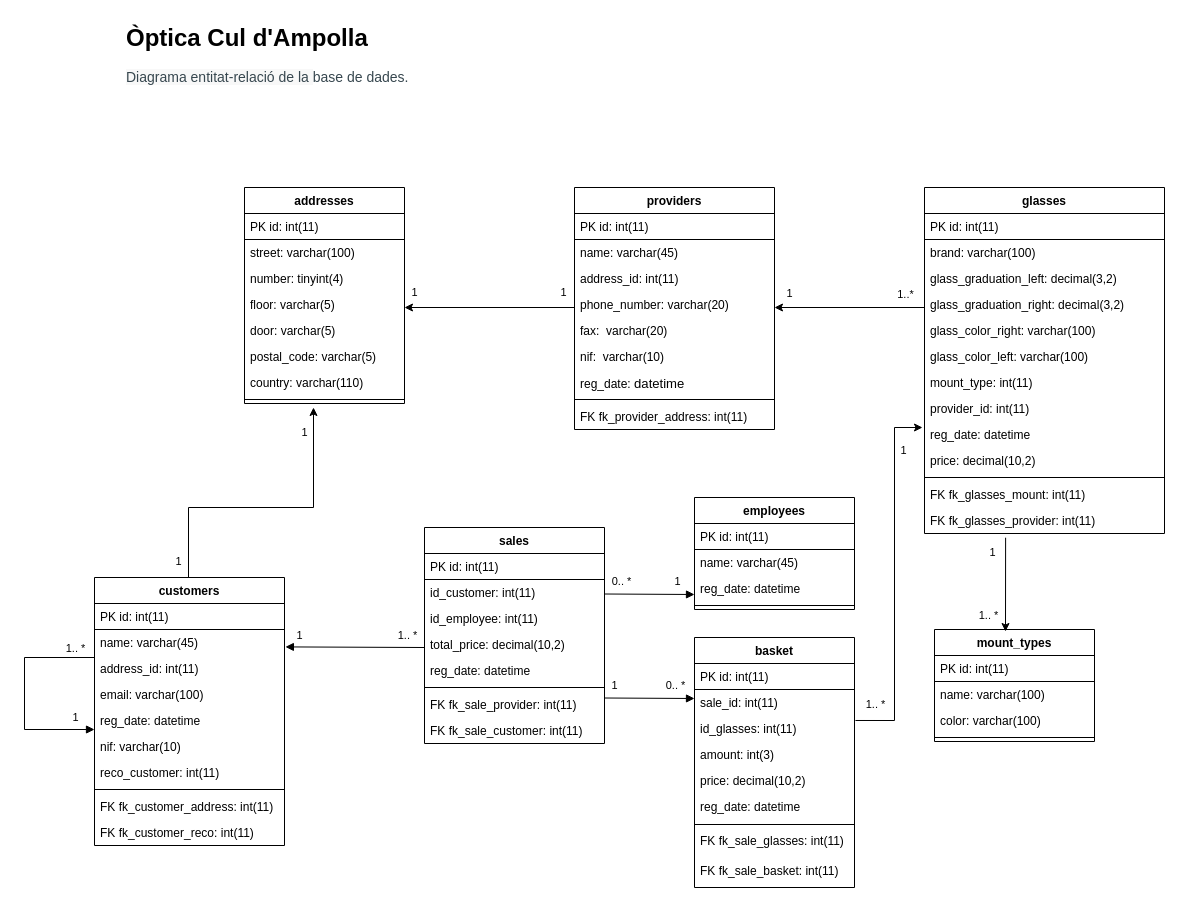
This is Optica/mysql_optica_bd.drawio from alescu/2.1-MySQL-estructura, a draw.io file, before an edit. Source tidied: cells renumbered, new cells numbered last; positions are measured from the earlier drawing's top-left corner, leaving out a move shared by most shapes. Both pictures are drawn from the tidied source at 100%, with x=0, y=0 at pixel (24, 17).
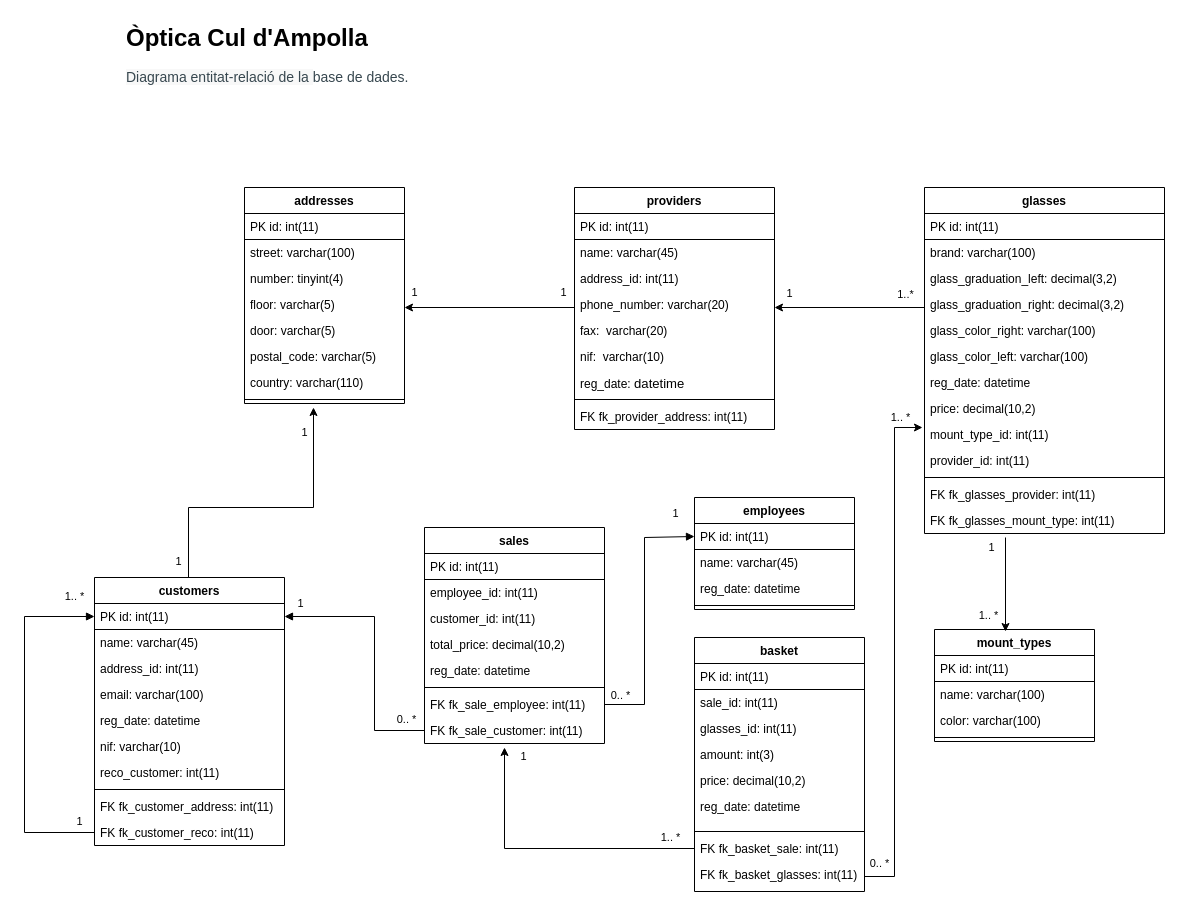
The same diagram, later.

Unchanged cells that the change refers to:
```xml
<mxCell id="21" value="glasses" style="swimlane;fontStyle=1;align=center;verticalAlign=top;horizontal=1;startSize=26;whiteSpace=wrap;html=1;" parent="1" vertex="1">
  <mxGeometry x="900" y="170" width="240" height="346" as="geometry" />
</mxCell>
<mxCell id="35" value="customers" style="swimlane;fontStyle=1;align=center;verticalAlign=top;horizontal=1;startSize=26;whiteSpace=wrap;html=1;" parent="1" vertex="1">
  <mxGeometry x="70" y="560" width="190" height="268" as="geometry" />
</mxCell>
<mxCell id="36" value="PK&amp;nbsp;id: int(11)" style="text;strokeColor=default;fillColor=none;align=left;verticalAlign=top;spacingLeft=4;spacingRight=4;overflow=hidden;points=[[0,0.5],[1,0.5]];portConstraint=eastwest;whiteSpace=wrap;html=1;" parent="35" vertex="1">
  <mxGeometry y="26" width="190" height="26" as="geometry" />
</mxCell>
<mxCell id="40" value="reg_date: datetime" style="text;strokeColor=none;fillColor=none;align=left;verticalAlign=top;spacingLeft=4;spacingRight=4;overflow=hidden;points=[[0,0.5],[1,0.5]];portConstraint=eastwest;whiteSpace=wrap;html=1;" parent="35" vertex="1">
  <mxGeometry y="130" width="190" height="26" as="geometry" />
</mxCell>
<mxCell id="45" value="FK fk_customer_reco: int(11)" style="text;strokeColor=none;fillColor=none;align=left;verticalAlign=top;spacingLeft=4;spacingRight=4;overflow=hidden;points=[[0,0.5],[1,0.5]];portConstraint=eastwest;whiteSpace=wrap;html=1;" parent="35" vertex="1">
  <mxGeometry y="242" width="190" height="26" as="geometry" />
</mxCell>
<mxCell id="46" value="sales&lt;div&gt;&amp;nbsp;&lt;/div&gt;" style="swimlane;fontStyle=1;align=center;verticalAlign=top;horizontal=1;startSize=26;whiteSpace=wrap;html=1;" parent="1" vertex="1">
  <mxGeometry x="400" y="510" width="180" height="216" as="geometry" />
</mxCell>
<mxCell id="56" value="PK&amp;nbsp;id: int(11)" style="text;strokeColor=default;fillColor=none;align=left;verticalAlign=top;spacingLeft=4;spacingRight=4;overflow=hidden;points=[[0,0.5],[1,0.5]];portConstraint=eastwest;whiteSpace=wrap;html=1;" parent="55" vertex="1">
  <mxGeometry y="26" width="160" height="26" as="geometry" />
</mxCell>
```

What changed in the source:
```diff
@@
+    <mxCell id="30" value="reg_date: datetime" style="text;strokeColor=none;fillColor=none;align=left;verticalAlign=top;spacingLeft=4;spacingRight=4;overflow=hidden;whiteSpace=wrap;html=1;" parent="21" vertex="1">
+      <mxGeometry y="182" width="240" height="26" as="geometry" />
+    </mxCell>
+    <mxCell id="31" value="price:&amp;nbsp;decimal(10,2)" style="text;strokeColor=none;fillColor=none;align=left;verticalAlign=top;spacingLeft=4;spacingRight=4;overflow=hidden;whiteSpace=wrap;html=1;" parent="21" vertex="1">
+      <mxGeometry y="208" width="240" height="26" as="geometry" />
+    </mxCell>
-    <mxCell id="28" value="mount_type: int(11)" style="text;strokeColor=none;fillColor=none;align=left;verticalAlign=top;spacingLeft=4;spacingRight=4;overflow=hidden;whiteSpace=wrap;html=1;" parent="21" vertex="1">
-      <mxGeometry y="182" width="240" height="26" as="geometry" />
+    <mxCell id="28" value="mount_type_id: int(11)" style="text;strokeColor=none;fillColor=none;align=left;verticalAlign=top;spacingLeft=4;spacingRight=4;overflow=hidden;whiteSpace=wrap;html=1;" parent="21" vertex="1">
+      <mxGeometry y="234" width="240" height="26" as="geometry" />
     </mxCell>
     <mxCell id="29" value="provider_id: int(11)" style="text;strokeColor=none;fillColor=none;align=left;verticalAlign=top;spacingLeft=4;spacingRight=4;overflow=hidden;whiteSpace=wrap;html=1;" parent="21" vertex="1">
-      <mxGeometry y="208" width="240" height="26" as="geometry" />
+      <mxGeometry y="260" width="240" height="26" as="geometry" />
     </mxCell>
-    <mxCell id="30" value="reg_date: datetime" style="text;strokeColor=none;fillColor=none;align=left;verticalAlign=top;spacingLeft=4;spacingRight=4;overflow=hidden;whiteSpace=wrap;html=1;" parent="21" vertex="1">
-      <mxGeometry y="234" width="240" height="26" as="geometry" />
-    </mxCell>
-    <mxCell id="31" value="price:&amp;nbsp;decimal(10,2)" style="text;strokeColor=none;fillColor=none;align=left;verticalAlign=top;spacingLeft=4;spacingRight=4;overflow=hidden;whiteSpace=wrap;html=1;" parent="21" vertex="1">
-      <mxGeometry y="260" width="240" height="26" as="geometry" />
-    </mxCell>
@@
+    <mxCell id="34" value="FK fk_glasses_provider: int(11)" style="text;strokeColor=none;fillColor=none;align=left;verticalAlign=top;spacingLeft=4;spacingRight=4;overflow=hidden;points=[[0,0.5],[1,0.5]];portConstraint=eastwest;whiteSpace=wrap;html=1;" parent="21" vertex="1">
+      <mxGeometry y="294" width="240" height="26" as="geometry" />
+    </mxCell>
-    <mxCell id="33" value="FK fk_glasses_mount: int(11)" style="text;strokeColor=none;fillColor=none;align=left;verticalAlign=top;spacingLeft=4;spacingRight=4;overflow=hidden;whiteSpace=wrap;html=1;" parent="21" vertex="1">
-      <mxGeometry y="294" width="240" height="26" as="geometry" />
+    <mxCell id="33" value="FK fk_glasses_mount_type: int(11)" style="text;strokeColor=none;fillColor=none;align=left;verticalAlign=top;spacingLeft=4;spacingRight=4;overflow=hidden;whiteSpace=wrap;html=1;" parent="21" vertex="1">
+      <mxGeometry y="320" width="240" height="26" as="geometry" />
     </mxCell>
-    <mxCell id="34" value="FK fk_glasses_provider: int(11)" style="text;strokeColor=none;fillColor=none;align=left;verticalAlign=top;spacingLeft=4;spacingRight=4;overflow=hidden;points=[[0,0.5],[1,0.5]];portConstraint=eastwest;whiteSpace=wrap;html=1;" parent="21" vertex="1">
-      <mxGeometry y="320" width="240" height="26" as="geometry" />
-    </mxCell>
@@
+    <mxCell id="99" style="html=1;verticalAlign=bottom;endArrow=block;curved=0;rounded=0;exitX=0;exitY=0.5;exitDx=0;exitDy=0;entryX=0;entryY=0.5;entryDx=0;entryDy=0;" parent="35" edge="1" source="45" target="36">
+      <mxGeometry x="0.79" y="-10" relative="1" as="geometry">
+        <Array as="points">
+          <mxPoint x="-70" y="255" />
+          <mxPoint x="-70" y="39" />
+        </Array>
+      </mxGeometry>
+    </mxCell>
+    <mxCell id="100" value="1.. *" style="edgeLabel;html=1;align=center;verticalAlign=middle;" parent="99" vertex="1">
+      <mxGeometry x="0.01" y="3" relative="1" as="geometry">
+        <mxPoint x="52" y="-127" as="offset" />
+      </mxGeometry>
+    </mxCell>
+    <mxCell id="101" value="1" style="edgeLabel;html=1;align=center;verticalAlign=middle;" parent="99" vertex="1">
+      <mxGeometry x="0.06" relative="1" as="geometry">
+        <mxPoint x="54" y="107" as="offset" />
+      </mxGeometry>
+    </mxCell>
@@
+    <mxCell id="49" value="employee_id: int(11)" style="text;strokeColor=none;fillColor=none;align=left;verticalAlign=top;spacingLeft=4;spacingRight=4;overflow=hidden;whiteSpace=wrap;html=1;" parent="46" vertex="1">
+      <mxGeometry y="52" width="180" height="26" as="geometry" />
+    </mxCell>
-    <mxCell id="48" value="id_customer: int&lt;span style=&quot;background-color: transparent; color: light-dark(rgb(0, 0, 0), rgb(255, 255, 255));&quot;&gt;(11)&lt;/span&gt;" style="text;strokeColor=none;fillColor=none;align=left;verticalAlign=top;spacingLeft=4;spacingRight=4;overflow=hidden;whiteSpace=wrap;html=1;" parent="46" vertex="1">
-      <mxGeometry y="52" width="180" height="26" as="geometry" />
+    <mxCell id="48" value="customer_id: int&lt;span style=&quot;background-color: transparent; color: light-dark(rgb(0, 0, 0), rgb(255, 255, 255));&quot;&gt;(11)&lt;/span&gt;" style="text;strokeColor=none;fillColor=none;align=left;verticalAlign=top;spacingLeft=4;spacingRight=4;overflow=hidden;whiteSpace=wrap;html=1;" parent="46" vertex="1">
+      <mxGeometry y="78" width="180" height="26" as="geometry" />
     </mxCell>
-    <mxCell id="49" value="id_employee: int(11)" style="text;strokeColor=none;fillColor=none;align=left;verticalAlign=top;spacingLeft=4;spacingRight=4;overflow=hidden;whiteSpace=wrap;html=1;" parent="46" vertex="1">
-      <mxGeometry y="78" width="180" height="26" as="geometry" />
-    </mxCell>
@@
-    <mxCell id="53" value="FK fk_sale_provider: int(11)&lt;div&gt;&lt;br&gt;&lt;/div&gt;" style="text;strokeColor=none;fillColor=none;align=left;verticalAlign=top;spacingLeft=4;spacingRight=4;overflow=hidden;points=[[0,0.5],[1,0.5]];portConstraint=eastwest;whiteSpace=wrap;html=1;" parent="46" vertex="1">
-      <mxGeometry y="164" width="180" height="26" as="geometry" />
-    </mxCell>
-    <mxCell id="54" value="FK fk_sale_customer: int(11)" style="text;strokeColor=none;fillColor=none;align=left;verticalAlign=top;spacingLeft=4;spacingRight=4;overflow=hidden;points=[[0,0.5],[1,0.5]];portConstraint=eastwest;whiteSpace=wrap;html=1;" parent="46" vertex="1">
-      <mxGeometry y="190" width="180" height="26" as="geometry" />
+    <mxCell id="54" value="FK fk_sale_employee: int(11)" style="text;strokeColor=none;fillColor=none;align=left;verticalAlign=top;spacingLeft=4;spacingRight=4;overflow=hidden;points=[[0,0.5],[1,0.5]];portConstraint=eastwest;whiteSpace=wrap;html=1;" parent="46" vertex="1">
+      <mxGeometry y="164" width="180" height="26" as="geometry" />
     </mxCell>
+    <mxCell id="103" value="FK fk_sale_customer: int(11)" style="text;strokeColor=none;fillColor=none;align=left;verticalAlign=top;spacingLeft=4;spacingRight=4;overflow=hidden;points=[[0,0.5],[1,0.5]];portConstraint=eastwest;whiteSpace=wrap;html=1;" parent="46" vertex="1">
+      <mxGeometry y="190" width="180" height="26" as="geometry" />
+    </mxCell>
@@
-    <mxCell id="74" style="endArrow=classic;html=1;rounded=0;exitX=0.338;exitY=1.162;exitDx=0;exitDy=0;exitPerimeter=0;" parent="1" edge="1" source="34">
+    <mxCell id="74" style="endArrow=classic;html=1;rounded=0;" parent="1" edge="1">
       <mxGeometry relative="1" as="geometry">
+        <mxPoint x="981" y="520" as="sourcePoint" />
         <mxPoint x="981" y="614" as="targetPoint" />
       </mxGeometry>
     </mxCell>
     <mxCell id="75" value="1" style="edgeLabel;html=1;align=center;verticalAlign=middle;" parent="74" vertex="1">
       <mxGeometry x="-0.1" y="1" relative="1" as="geometry">
-        <mxPoint x="-15" y="-28" as="offset" />
+        <mxPoint x="-16" y="-33" as="offset" />
       </mxGeometry>
     </mxCell>
@@
-    <mxCell id="77" style="html=1;verticalAlign=bottom;endArrow=block;curved=0;rounded=0;entryX=1.015;entryY=0.67;entryDx=0;entryDy=0;entryPerimeter=0;exitX=0;exitY=0.615;exitDx=0;exitDy=0;exitPerimeter=0;" parent="1" edge="1">
+    <mxCell id="77" style="html=1;verticalAlign=bottom;endArrow=block;curved=0;rounded=0;exitX=0;exitY=0.5;exitDx=0;exitDy=0;entryX=1;entryY=0.5;entryDx=0;entryDy=0;" parent="1" edge="1" source="103" target="36">
       <mxGeometry x="0.79" y="-10" relative="1" as="geometry">
-        <mxPoint x="400" y="630" as="sourcePoint" />
-        <mxPoint x="260.9" y="629.4" as="targetPoint" />
+        <Array as="points">
+          <mxPoint x="350" y="713" />
+          <mxPoint x="350" y="599" />
+        </Array>
       </mxGeometry>
     </mxCell>
-    <mxCell id="78" value="1.. *" style="edgeLabel;html=1;align=center;verticalAlign=middle;" parent="77" vertex="1">
+    <mxCell id="78" value="0.. *" style="edgeLabel;html=1;align=center;verticalAlign=middle;" parent="77" vertex="1">
       <mxGeometry x="0.01" y="3" relative="1" as="geometry">
-        <mxPoint x="53" y="-15" as="offset" />
+        <mxPoint x="34" y="66" as="offset" />
       </mxGeometry>
     </mxCell>
     <mxCell id="79" value="1" style="edgeLabel;html=1;align=center;verticalAlign=middle;" parent="77" vertex="1">
       <mxGeometry x="0.06" relative="1" as="geometry">
-        <mxPoint x="-52" y="-12" as="offset" />
+        <mxPoint x="-75" y="-43" as="offset" />
       </mxGeometry>
     </mxCell>
-    <mxCell id="80" style="html=1;verticalAlign=bottom;endArrow=block;curved=0;rounded=0;exitX=-0.012;exitY=0.808;exitDx=0;exitDy=0;exitPerimeter=0;" parent="1" edge="1">
+    <mxCell id="80" style="html=1;verticalAlign=bottom;endArrow=block;curved=0;rounded=0;exitX=1;exitY=0.5;exitDx=0;exitDy=0;entryX=0;entryY=0.5;entryDx=0;entryDy=0;" parent="1" edge="1" source="54" target="56">
       <mxGeometry x="0.79" y="-10" relative="1" as="geometry">
-        <mxPoint x="580" y="576.5" as="sourcePoint" />
-        <mxPoint x="670" y="577" as="targetPoint" />
+        <Array as="points">
+          <mxPoint x="620" y="687" />
+          <mxPoint x="620" y="520" />
+        </Array>
       </mxGeometry>
     </mxCell>
     <mxCell id="81" value="0.. *" style="edgeLabel;html=1;align=center;verticalAlign=middle;" parent="80" vertex="1">
       <mxGeometry x="0.01" y="3" relative="1" as="geometry">
-        <mxPoint x="-29" y="-10" as="offset" />
+        <mxPoint x="-22" y="80" as="offset" />
       </mxGeometry>
     </mxCell>
     <mxCell id="82" value="1" style="edgeLabel;html=1;align=center;verticalAlign=middle;" parent="80" vertex="1">
       <mxGeometry x="0.06" relative="1" as="geometry">
-        <mxPoint x="25" y="-13" as="offset" />
+        <mxPoint x="30" y="-96" as="offset" />
       </mxGeometry>
     </mxCell>
@@
     <mxCell id="84" value="basket" style="swimlane;fontStyle=1;align=center;verticalAlign=top;horizontal=1;startSize=26;whiteSpace=wrap;html=1;" parent="1" vertex="1">
-      <mxGeometry x="670" y="620" width="160" height="250" as="geometry" />
+      <mxGeometry x="670" y="620" width="170" height="254" as="geometry" />
     </mxCell>
     <mxCell id="85" value="PK&amp;nbsp;id: int(11)" style="text;strokeColor=default;fillColor=none;align=left;verticalAlign=top;spacingLeft=4;spacingRight=4;overflow=hidden;whiteSpace=wrap;html=1;" parent="84" vertex="1">
-      <mxGeometry y="26" width="160" height="26" as="geometry" />
+      <mxGeometry y="26" width="170" height="26" as="geometry" />
     </mxCell>
     <mxCell id="86" value="sale_id: int(11)" style="text;strokeColor=none;fillColor=none;align=left;verticalAlign=top;spacingLeft=4;spacingRight=4;overflow=hidden;whiteSpace=wrap;html=1;" parent="84" vertex="1">
-      <mxGeometry y="52" width="160" height="26" as="geometry" />
+      <mxGeometry y="52" width="170" height="26" as="geometry" />
     </mxCell>
-    <mxCell id="87" value="id_glasses: int(11)" style="text;strokeColor=none;fillColor=none;align=left;verticalAlign=top;spacingLeft=4;spacingRight=4;overflow=hidden;points=[[0,0.5],[1,0.5]];portConstraint=eastwest;whiteSpace=wrap;html=1;" parent="84" vertex="1">
-      <mxGeometry y="78" width="160" height="26" as="geometry" />
+    <mxCell id="87" value="glasses_id: int(11)" style="text;strokeColor=none;fillColor=none;align=left;verticalAlign=top;spacingLeft=4;spacingRight=4;overflow=hidden;points=[[0,0.5],[1,0.5]];portConstraint=eastwest;whiteSpace=wrap;html=1;" parent="84" vertex="1">
+      <mxGeometry y="78" width="170" height="26" as="geometry" />
     </mxCell>
     <mxCell id="88" value="amount: int(3)" style="text;strokeColor=none;fillColor=none;align=left;verticalAlign=top;spacingLeft=4;spacingRight=4;overflow=hidden;whiteSpace=wrap;html=1;" parent="84" vertex="1">
-      <mxGeometry y="104" width="160" height="26" as="geometry" />
+      <mxGeometry y="104" width="170" height="26" as="geometry" />
     </mxCell>
     <mxCell id="89" value="price:&amp;nbsp;decimal(10,2)" style="text;strokeColor=none;fillColor=none;align=left;verticalAlign=top;spacingLeft=4;spacingRight=4;overflow=hidden;whiteSpace=wrap;html=1;" parent="84" vertex="1">
-      <mxGeometry y="130" width="160" height="26" as="geometry" />
+      <mxGeometry y="130" width="170" height="26" as="geometry" />
     </mxCell>
     <mxCell id="90" value="reg_date: datetime" style="text;strokeColor=none;fillColor=none;align=left;verticalAlign=top;spacingLeft=4;spacingRight=4;overflow=hidden;whiteSpace=wrap;html=1;" parent="84" vertex="1">
-      <mxGeometry y="156" width="160" height="34" as="geometry" />
+      <mxGeometry y="156" width="170" height="34" as="geometry" />
     </mxCell>
-    <mxCell id="91" value="FK fk_sale_glasses: int(11)" style="text;strokeColor=none;fillColor=none;align=left;verticalAlign=top;spacingLeft=4;spacingRight=4;overflow=hidden;points=[[0,0.5],[1,0.5]];portConstraint=eastwest;whiteSpace=wrap;html=1;" parent="84" vertex="1">
-      <mxGeometry y="190" width="160" height="30" as="geometry" />
-    </mxCell>
-    <mxCell id="92" style="endArrow=classic;html=1;rounded=0;entryX=1.006;entryY=0.192;entryDx=0;entryDy=0;entryPerimeter=0;exitX=1.006;exitY=0.192;exitDx=0;exitDy=0;exitPerimeter=0;" parent="84" edge="1" source="87">
+    <mxCell id="92" style="endArrow=classic;html=1;rounded=0;entryX=1.006;entryY=0.192;entryDx=0;entryDy=0;entryPerimeter=0;exitX=1;exitY=0.5;exitDx=0;exitDy=0;" parent="84" edge="1" source="91">
       <mxGeometry relative="1" as="geometry">
         <mxPoint x="228" y="-210" as="targetPoint" />
         <Array as="points">
-          <mxPoint x="200" y="83" />
+          <mxPoint x="200" y="239" />
           <mxPoint x="200" y="-210" />
         </Array>
       </mxGeometry>
     </mxCell>
-    <mxCell id="93" value="1" style="edgeLabel;html=1;align=center;verticalAlign=middle;" parent="92" vertex="1">
+    <mxCell id="93" value="1.. *" style="edgeLabel;html=1;align=center;verticalAlign=middle;" parent="92" vertex="1">
       <mxGeometry x="-0.1" y="1" relative="1" as="geometry">
-        <mxPoint x="9" y="-148" as="offset" />
+        <mxPoint x="6" y="-262" as="offset" />
       </mxGeometry>
     </mxCell>
-    <mxCell id="94" value="1.. *" style="edgeLabel;html=1;align=center;verticalAlign=middle;" parent="92" vertex="1">
+    <mxCell id="94" value="0.. *" style="edgeLabel;html=1;align=center;verticalAlign=middle;" parent="92" vertex="1">
       <mxGeometry y="1" relative="1" as="geometry">
-        <mxPoint x="-19" y="124" as="offset" />
+        <mxPoint x="-15" y="210" as="offset" />
       </mxGeometry>
     </mxCell>
-    <mxCell id="95" value="FK fk_sale_basket: int(11)" style="text;strokeColor=none;fillColor=none;align=left;verticalAlign=top;spacingLeft=4;spacingRight=4;overflow=hidden;whiteSpace=wrap;html=1;" parent="84" vertex="1">
-      <mxGeometry y="220" width="160" height="30" as="geometry" />
-    </mxCell>
-    <mxCell id="96" style="html=1;verticalAlign=bottom;endArrow=block;curved=0;rounded=0;exitX=-0.012;exitY=0.808;exitDx=0;exitDy=0;exitPerimeter=0;" parent="1" edge="1">
-      <mxGeometry x="0.79" y="-10" relative="1" as="geometry">
-        <mxPoint x="580" y="680.5" as="sourcePoint" />
-        <mxPoint x="670" y="681" as="targetPoint" />
-      </mxGeometry>
-    </mxCell>
-    <mxCell id="97" value="0.. *" style="edgeLabel;html=1;align=center;verticalAlign=middle;" parent="96" vertex="1">
-      <mxGeometry x="0.01" y="3" relative="1" as="geometry">
-        <mxPoint x="25" y="-10" as="offset" />
-      </mxGeometry>
-    </mxCell>
+    <mxCell id="102" style="line;strokeWidth=1;fillColor=none;align=left;verticalAlign=middle;spacingTop=-1;spacingLeft=3;spacingRight=3;labelPosition=right;strokeColor=inherit;" parent="84" vertex="1">
+      <mxGeometry y="190" width="170" height="8" as="geometry" />
+    </mxCell>
+    <mxCell id="53" value="FK fk_basket_sale: int(11)&lt;div&gt;&lt;br&gt;&lt;/div&gt;" style="text;strokeColor=none;fillColor=none;align=left;verticalAlign=top;spacingLeft=4;spacingRight=4;overflow=hidden;points=[[0,0.5],[1,0.5]];portConstraint=eastwest;whiteSpace=wrap;html=1;" parent="84" vertex="1">
+      <mxGeometry y="198" width="170" height="26" as="geometry" />
+    </mxCell>
+    <mxCell id="91" value="FK fk_basket_glasses: int(11)" style="text;strokeColor=none;fillColor=none;align=left;verticalAlign=top;spacingLeft=4;spacingRight=4;overflow=hidden;points=[[0,0.5],[1,0.5]];portConstraint=eastwest;whiteSpace=wrap;html=1;" parent="84" vertex="1">
+      <mxGeometry y="224" width="170" height="30" as="geometry" />
+    </mxCell>
+    <mxCell id="104" style="endArrow=classic;html=1;rounded=0;exitX=0;exitY=0.5;exitDx=0;exitDy=0;" parent="1" edge="1" source="53">
+      <mxGeometry relative="1" as="geometry">
+        <mxPoint x="480" y="730" as="targetPoint" />
+        <Array as="points">
+          <mxPoint x="480" y="831" />
+        </Array>
+      </mxGeometry>
+    </mxCell>
-    <mxCell id="98" value="1" style="edgeLabel;html=1;align=center;verticalAlign=middle;" parent="96" vertex="1">
-      <mxGeometry x="0.06" relative="1" as="geometry">
-        <mxPoint x="-38" y="-13" as="offset" />
+    <mxCell id="98" value="1" style="edgeLabel;html=1;align=center;verticalAlign=middle;" parent="104" vertex="1">
+      <mxGeometry x="-0.1" y="1" relative="1" as="geometry">
+        <mxPoint x="-41" y="-94" as="offset" />
       </mxGeometry>
     </mxCell>
-    <mxCell id="99" style="html=1;verticalAlign=bottom;endArrow=block;curved=0;rounded=0;exitX=0;exitY=0.615;exitDx=0;exitDy=0;exitPerimeter=0;entryX=0;entryY=0.846;entryDx=0;entryDy=0;entryPerimeter=0;" parent="1" edge="1" target="40">
-      <mxGeometry x="0.79" y="-10" relative="1" as="geometry">
-        <mxPoint x="70" y="640" as="sourcePoint" />
-        <Array as="points">
-          <mxPoint y="640" />
-          <mxPoint y="712" />
-        </Array>
-      </mxGeometry>
-    </mxCell>
-    <mxCell id="100" value="1.. *" style="edgeLabel;html=1;align=center;verticalAlign=middle;" parent="99" vertex="1">
-      <mxGeometry x="0.01" y="3" relative="1" as="geometry">
-        <mxPoint x="47" y="-47" as="offset" />
-      </mxGeometry>
-    </mxCell>
-    <mxCell id="101" value="1" style="edgeLabel;html=1;align=center;verticalAlign=middle;" parent="99" vertex="1">
-      <mxGeometry x="0.06" relative="1" as="geometry">
-        <mxPoint x="50" y="17" as="offset" />
-      </mxGeometry>
-    </mxCell>
-    <mxCell id="102" style="line;strokeWidth=1;fillColor=none;align=left;verticalAlign=middle;spacingTop=-1;spacingLeft=3;spacingRight=3;labelPosition=right;strokeColor=inherit;" parent="1" vertex="1">
-      <mxGeometry x="670" y="803" width="160" height="8" as="geometry" />
-    </mxCell>
+    <mxCell id="105" value="1.. *" style="edgeLabel;html=1;align=center;verticalAlign=middle;" parent="104" vertex="1">
+      <mxGeometry y="1" relative="1" as="geometry">
+        <mxPoint x="121" y="-13" as="offset" />
+      </mxGeometry>
+    </mxCell>
```
